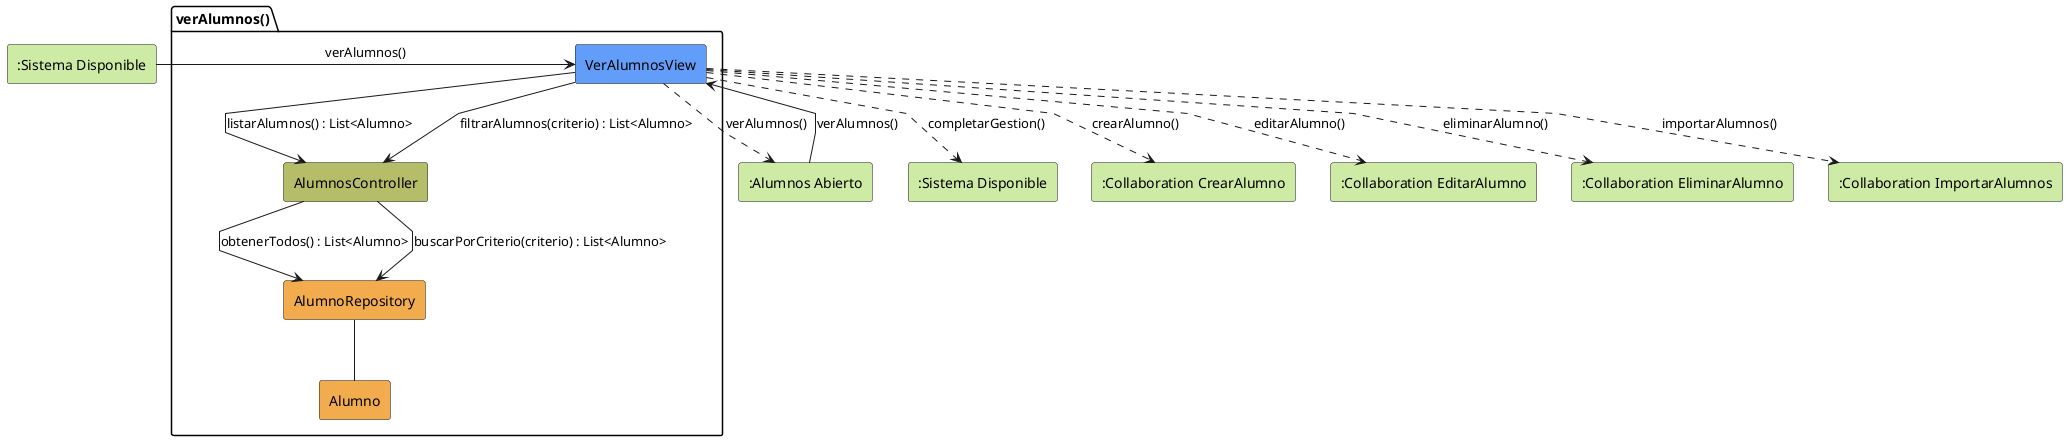
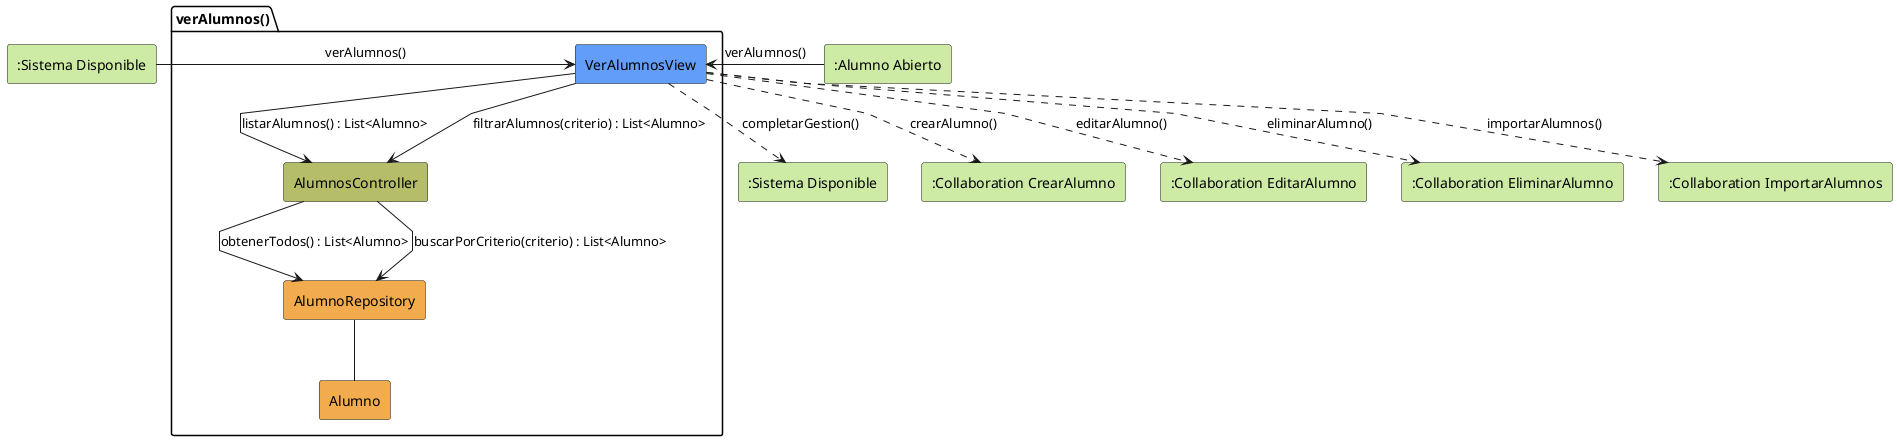
@startuml verAlumnos-analisis
skinparam linetype polyline

rectangle #CDEBA5 ":Sistema Disponible" as SistemaDisponible
package verAlumnos as "verAlumnos()" {
    rectangle #629EF9 VerAlumnosView
    rectangle #b5bd68 AlumnosController
    rectangle #F2AC4E AlumnoRepository
    rectangle #F2AC4E Alumno
}

rectangle #CDEBA5 ":Sistema Disponible" as SistemaDisponibleSalida
- rectangle #CDEBA5 ":Alumnos Abierto" as AlumnosAbierto
+ rectangle #CDEBA5 ":Alumno Abierto" as AlumnoAbierto
rectangle #CDEBA5 ":Collaboration CrearAlumno" as CrearAlumno
rectangle #CDEBA5 ":Collaboration EditarAlumno" as EditarAlumno
rectangle #CDEBA5 ":Collaboration EliminarAlumno" as EliminarAlumno
rectangle #CDEBA5 ":Collaboration ImportarAlumnos" as ImportarAlumnos

SistemaDisponible -r-> VerAlumnosView: verAlumnos()
- AlumnosAbierto -r-> VerAlumnosView: verAlumnos()
+ AlumnoAbierto -r-> VerAlumnosView: verAlumnos()

VerAlumnosView -d-> AlumnosController: listarAlumnos() : List<Alumno>

AlumnosController --> AlumnoRepository: obtenerTodos() : List<Alumno>

AlumnoRepository -- Alumno

VerAlumnosView --> AlumnosController: filtrarAlumnos(criterio) : List<Alumno>

AlumnosController --> AlumnoRepository: buscarPorCriterio(criterio) : List<Alumno>

VerAlumnosView ..> SistemaDisponibleSalida: completarGestion()
- VerAlumnosView ..> AlumnosAbierto: verAlumnos()
VerAlumnosView ..> CrearAlumno: crearAlumno()
VerAlumnosView ..> EditarAlumno: editarAlumno()
VerAlumnosView ..> EliminarAlumno: eliminarAlumno()
VerAlumnosView ..> ImportarAlumnos: importarAlumnos()

@enduml